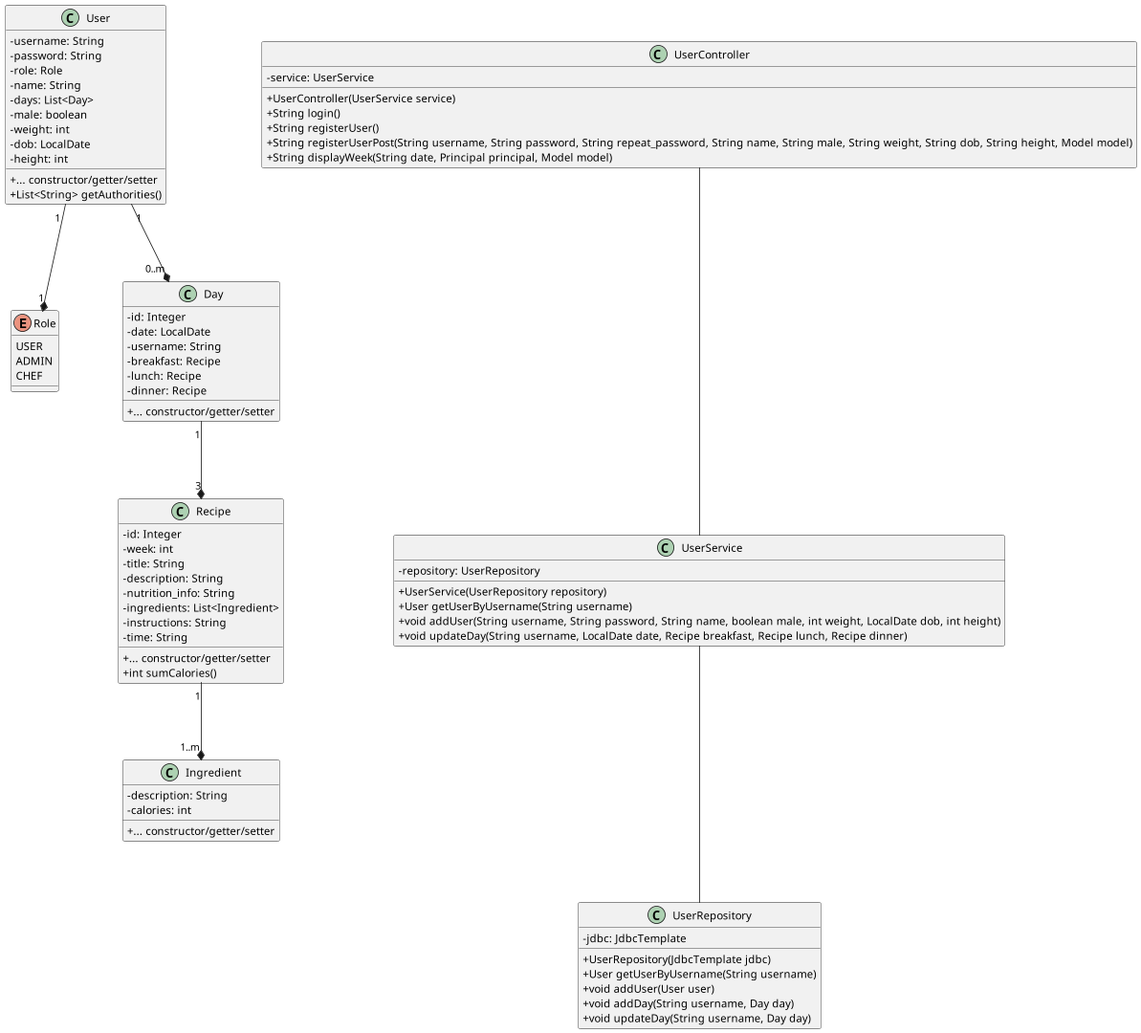
The PlantUML diagram diagram/class-diagram.png in sofush/kostplan, before a commit.
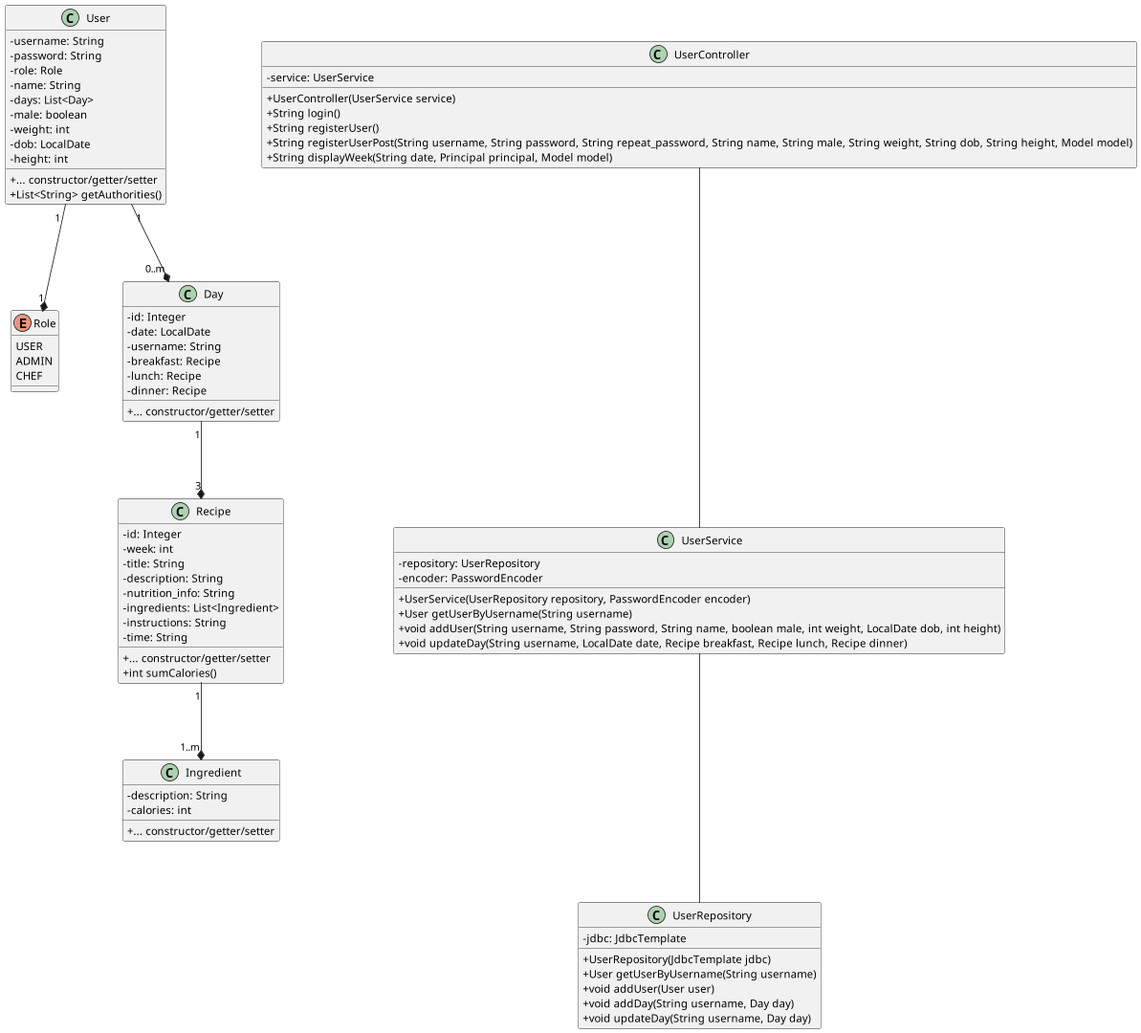
Above is the later version.

Commit message:
docs: add PasswordEncoder field to Service

What changed in the source:
```diff
@@ -55,7 +55,8 @@
 }
 class UserService {
 	- repository: UserRepository
-	+ UserService(UserRepository repository)
+	- encoder: PasswordEncoder
+	+ UserService(UserRepository repository, PasswordEncoder encoder)
 	+ User getUserByUsername(String username)
 	+ void addUser(String username, String password, String name, boolean male, int weight, LocalDate dob, int height)
 	+ void updateDay(String username, LocalDate date, Recipe breakfast, Recipe lunch, Recipe dinner)
```
